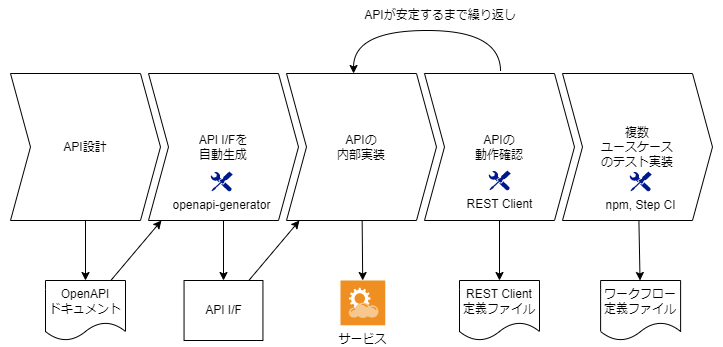
The draw.io diagram src/img/blogs/2023/0915_apply-stepci-to-app-dev_process.png in mamezou-tech/mamezou-tech-site, before a commit. Source tidied: cells renumbered, new cells last; positions are measured from the earlier drawing's top-left corner, leaving out a move shared by most shapes. Source of this version:
```xml
<mxGraphModel>
  <root>
    <mxCell id="0" />
    <mxCell id="1" parent="0" />
    <mxCell id="2" style="swimlane;horizontal=1;fillColor=none;strokeColor=none;stackBorder=10;align=center;whiteSpace=wrap;html=1;strokeWidth=1;" parent="1" vertex="1">
      <mxGeometry y="40" width="722" height="190" as="geometry" />
    </mxCell>
    <mxCell id="3" value="API設計" style="shape=step;perimeter=stepPerimeter;fixedSize=1;points=[];whiteSpace=wrap;html=1;strokeColor=default;strokeWidth=1;fillColor=none;" parent="2" vertex="1">
      <mxGeometry x="10" y="33" width="150" height="147" as="geometry" />
    </mxCell>
    <mxCell id="4" value="API I/Fを&lt;br&gt;自動生成" style="shape=step;perimeter=stepPerimeter;fixedSize=1;points=[];whiteSpace=wrap;html=1;strokeColor=default;strokeWidth=1;fillColor=none;" parent="2" vertex="1">
      <mxGeometry x="148" y="33" width="150" height="147" as="geometry" />
    </mxCell>
    <mxCell id="5" value="APIの&lt;br&gt;内部実装" style="shape=step;perimeter=stepPerimeter;fixedSize=1;points=[];whiteSpace=wrap;html=1;strokeColor=default;strokeWidth=1;fillColor=none;" parent="2" vertex="1">
      <mxGeometry x="286" y="33" width="150" height="147" as="geometry" />
    </mxCell>
    <mxCell id="6" style="edgeStyle=orthogonalEdgeStyle;html=1;strokeColor=default;fillColor=default;curved=1;entryX=0.447;entryY=0;entryDx=0;entryDy=0;entryPerimeter=0;exitX=0.507;exitY=-0.014;exitDx=0;exitDy=0;exitPerimeter=0;" parent="2" edge="1" source="7" target="5">
      <mxGeometry relative="1" as="geometry">
        <Array as="points">
          <mxPoint x="500" y="-10" />
          <mxPoint x="353" y="-10" />
        </Array>
      </mxGeometry>
    </mxCell>
    <mxCell id="7" value="APIの&lt;br&gt;動作確認" style="shape=step;perimeter=stepPerimeter;fixedSize=1;points=[];whiteSpace=wrap;html=1;strokeColor=default;strokeWidth=1;fillColor=none;" parent="2" vertex="1">
      <mxGeometry x="424" y="33" width="150" height="147" as="geometry" />
    </mxCell>
    <mxCell id="8" value="複数&lt;br&gt;ユースケース&lt;br&gt;のテスト実装" style="shape=step;perimeter=stepPerimeter;fixedSize=1;points=[];whiteSpace=wrap;html=1;strokeColor=default;strokeWidth=1;fillColor=none;" parent="2" vertex="1">
      <mxGeometry x="562" y="33" width="150" height="147" as="geometry" />
    </mxCell>
    <mxCell id="9" style="edgeStyle=none;html=1;strokeColor=default;fillColor=default;" parent="1" edge="1" source="3" target="11">
      <mxGeometry relative="1" as="geometry" />
    </mxCell>
    <mxCell id="10" style="edgeStyle=none;html=1;strokeColor=default;fillColor=default;" parent="1" edge="1" source="11" target="4">
      <mxGeometry relative="1" as="geometry" />
    </mxCell>
    <mxCell id="11" value="OpenAPI&lt;br&gt;ドキュメント" style="shape=document;whiteSpace=wrap;html=1;boundedLbl=1;strokeColor=default;strokeWidth=1;fillColor=none;" parent="1" vertex="1">
      <mxGeometry x="45" y="280" width="80" height="60" as="geometry" />
    </mxCell>
    <mxCell id="12" value="openapi-generator" style="sketch=0;shadow=0;dashed=0;html=1;strokeColor=none;labelPosition=center;verticalLabelPosition=bottom;verticalAlign=top;align=center;fillColor=#00188D;shape=mxgraph.mscae.enterprise.tool;strokeWidth=1;" parent="1" vertex="1">
      <mxGeometry x="210" y="171" width="22.2" height="20" as="geometry" />
    </mxCell>
    <mxCell id="13" value="サービス" style="shadow=0;dashed=0;html=1;strokeColor=none;fillColor=#EF8F21;labelPosition=center;verticalLabelPosition=bottom;verticalAlign=top;align=center;outlineConnect=0;shape=mxgraph.veeam.2d.restful_apis;strokeWidth=1;" parent="1" vertex="1">
      <mxGeometry x="340" y="280" width="44.8" height="44.8" as="geometry" />
    </mxCell>
    <mxCell id="14" style="edgeStyle=none;html=1;strokeColor=default;fillColor=default;" parent="1" edge="1" source="5" target="13">
      <mxGeometry relative="1" as="geometry" />
    </mxCell>
    <mxCell id="15" value="REST Client&lt;br&gt;定義ファイル" style="shape=document;whiteSpace=wrap;html=1;boundedLbl=1;strokeColor=default;strokeWidth=1;fillColor=none;" parent="1" vertex="1">
      <mxGeometry x="459" y="280" width="80" height="60" as="geometry" />
    </mxCell>
    <mxCell id="16" style="edgeStyle=none;html=1;strokeColor=default;fillColor=default;" parent="1" edge="1" source="7" target="15">
      <mxGeometry relative="1" as="geometry" />
    </mxCell>
    <mxCell id="17" value="REST Client" style="sketch=0;shadow=0;dashed=0;html=1;strokeColor=none;labelPosition=center;verticalLabelPosition=bottom;verticalAlign=top;align=center;fillColor=#00188D;shape=mxgraph.mscae.enterprise.tool;strokeWidth=1;" parent="1" vertex="1">
      <mxGeometry x="488" y="170" width="22.2" height="20" as="geometry" />
    </mxCell>
    <mxCell id="18" value="npm, Step CI" style="sketch=0;shadow=0;dashed=0;html=1;strokeColor=none;labelPosition=center;verticalLabelPosition=bottom;verticalAlign=top;align=center;fillColor=#00188D;shape=mxgraph.mscae.enterprise.tool;strokeWidth=1;" parent="1" vertex="1">
      <mxGeometry x="629" y="171" width="22.2" height="20" as="geometry" />
    </mxCell>
    <mxCell id="19" value="ワークフロー定義ファイル" style="shape=document;whiteSpace=wrap;html=1;boundedLbl=1;strokeColor=default;strokeWidth=1;fillColor=none;" parent="1" vertex="1">
      <mxGeometry x="600.1" y="280" width="80" height="60" as="geometry" />
    </mxCell>
    <mxCell id="20" style="edgeStyle=none;html=1;strokeColor=default;fillColor=default;" parent="1" edge="1" source="8" target="19">
      <mxGeometry relative="1" as="geometry" />
    </mxCell>
    <mxCell id="21" value="APIが安定するまで繰り返し" style="text;html=1;strokeColor=none;fillColor=none;align=center;verticalAlign=middle;whiteSpace=wrap;rounded=0;strokeWidth=1;" parent="1" vertex="1">
      <mxGeometry x="360" width="160" height="30" as="geometry" />
    </mxCell>
    <mxCell id="22" style="html=1;strokeColor=default;fillColor=default;" parent="1" edge="1" source="24" target="5">
      <mxGeometry relative="1" as="geometry" />
    </mxCell>
    <mxCell id="23" style="html=1;strokeColor=default;fillColor=default;" parent="1" edge="1" source="4" target="24">
      <mxGeometry relative="1" as="geometry" />
    </mxCell>
    <mxCell id="24" value="API I/F" style="rounded=0;whiteSpace=wrap;html=1;strokeColor=default;strokeWidth=1;fillColor=default;" parent="1" vertex="1">
      <mxGeometry x="183.6" y="280" width="78.9" height="60" as="geometry" />
    </mxCell>
  </root>
</mxGraphModel>
```
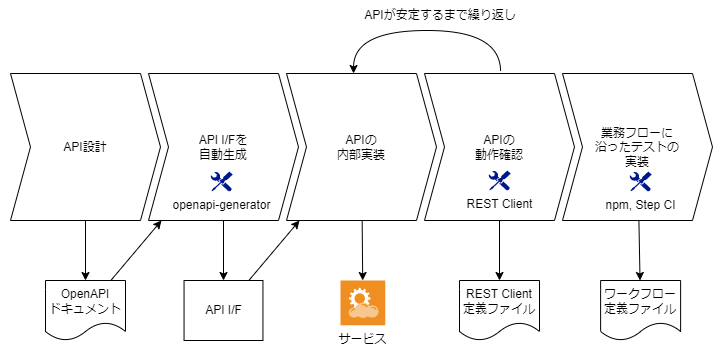
After the change.

Commit message:
レビュー指摘対応：tag追加、「ユースケース」の利用箇所見直し

Change to the diagram source:
```diff
@@ -25,7 +25,7 @@
     <mxCell id="7" value="APIの&lt;br&gt;動作確認" style="shape=step;perimeter=stepPerimeter;fixedSize=1;points=[];whiteSpace=wrap;html=1;strokeColor=default;strokeWidth=1;fillColor=none;" parent="2" vertex="1">
       <mxGeometry x="424" y="33" width="150" height="147" as="geometry" />
     </mxCell>
-    <mxCell id="8" value="複数&lt;br&gt;ユースケース&lt;br&gt;のテスト実装" style="shape=step;perimeter=stepPerimeter;fixedSize=1;points=[];whiteSpace=wrap;html=1;strokeColor=default;strokeWidth=1;fillColor=none;" parent="2" vertex="1">
+    <mxCell id="8" value="業務フローに&lt;br&gt;沿ったテストの&lt;br&gt;実装" style="shape=step;perimeter=stepPerimeter;fixedSize=1;points=[];whiteSpace=wrap;html=1;strokeColor=default;strokeWidth=1;fillColor=none;" parent="2" vertex="1">
       <mxGeometry x="562" y="33" width="150" height="147" as="geometry" />
     </mxCell>
     <mxCell id="9" style="edgeStyle=none;html=1;strokeColor=default;fillColor=default;" parent="1" edge="1" source="3" target="11">
```
